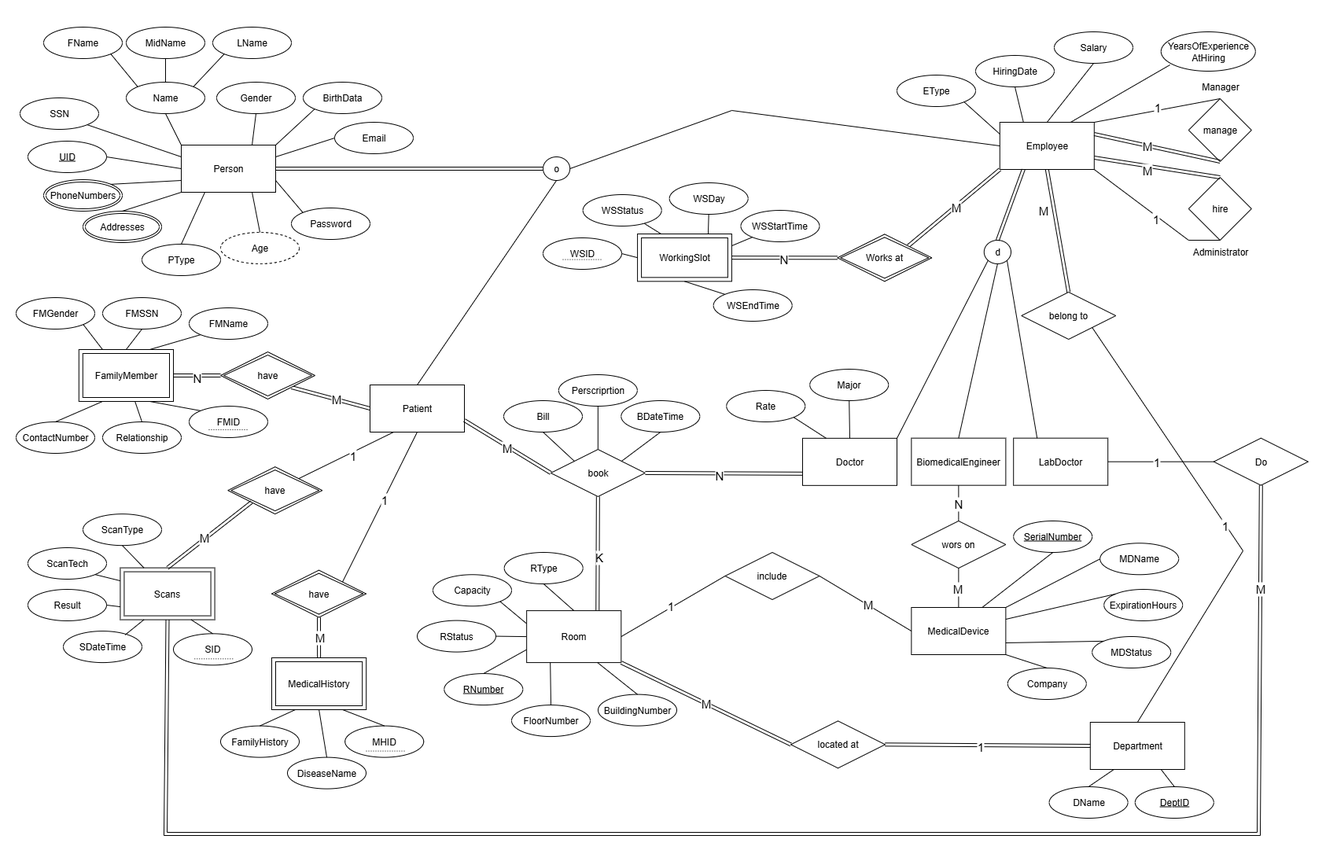
Above: deliverables/erd/CMS_ERD.png in MazenAtlam/clinical_management_system (draw.io), before the change. Source tidied: cells renumbered, new cells last; positions are measured from the earlier drawing's top-left corner, leaving out a move shared by most shapes.
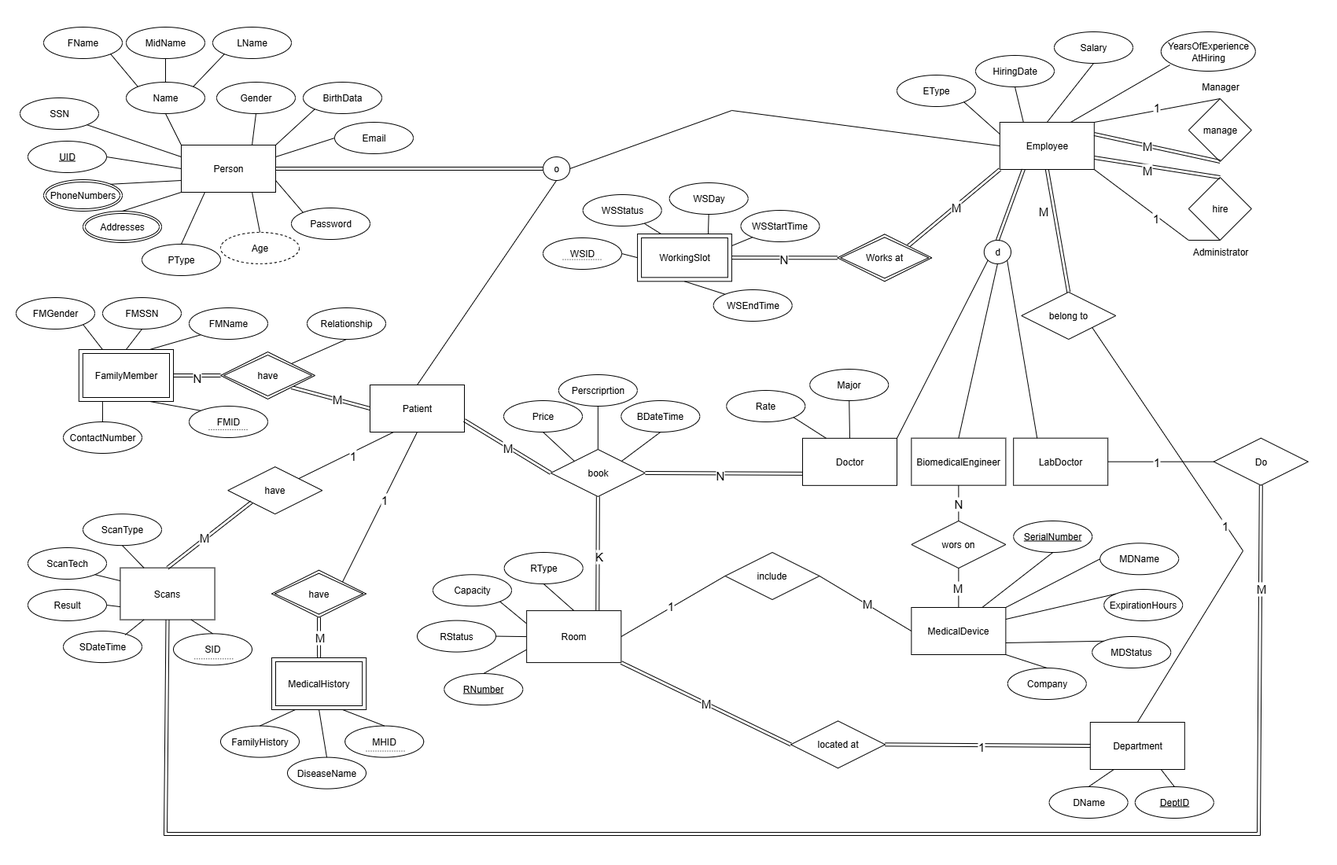
The same file after the commit.

Commit message:
Update ERD and Mapping

What changed in the source:
```diff
@@ -222,9 +222,9 @@
       <mxGeometry relative="1" as="geometry" />
     </mxCell>
     <mxCell id="69" value="Relationship" style="ellipse;whiteSpace=wrap;html=1;align=center;" parent="1" vertex="1">
-      <mxGeometry x="110" y="502" width="100" height="40" as="geometry" />
+      <mxGeometry x="370" y="357" width="100" height="40" as="geometry" />
     </mxCell>
-    <mxCell id="70" style="endArrow=none;html=1;rounded=0;exitX=0.5;exitY=0;exitDx=0;exitDy=0;" parent="1" edge="1" source="69" target="155">
+    <mxCell id="70" style="endArrow=none;html=1;rounded=0;exitX=0.5;exitY=1;exitDx=0;exitDy=0;entryX=1;entryY=0;entryDx=0;entryDy=0;" parent="1" edge="1" source="69" target="164">
       <mxGeometry relative="1" as="geometry" />
     </mxCell>
     <mxCell id="71" value="Gender" style="ellipse;whiteSpace=wrap;html=1;align=center;" parent="1" vertex="1">
@@ -276,7 +276,7 @@
       <mxGeometry relative="1" as="geometry" />
     </mxCell>
     <mxCell id="87" value="ContactNumber" style="ellipse;whiteSpace=wrap;html=1;align=center;" parent="1" vertex="1">
-      <mxGeometry y="502" width="100" height="40" as="geometry" />
+      <mxGeometry x="60" y="502" width="100" height="40" as="geometry" />
     </mxCell>
     <mxCell id="88" style="endArrow=none;html=1;rounded=0;exitX=0.25;exitY=1;exitDx=0;exitDy=0;entryX=0.5;entryY=0;entryDx=0;entryDy=0;" parent="1" edge="1" source="155" target="87">
       <mxGeometry relative="1" as="geometry" />
@@ -299,7 +299,7 @@
     <mxCell id="94" style="endArrow=none;html=1;rounded=0;entryX=0.5;entryY=1;entryDx=0;entryDy=0;exitX=0.5;exitY=0;exitDx=0;exitDy=0;" parent="1" edge="1" source="6" target="93">
       <mxGeometry relative="1" as="geometry" />
     </mxCell>
-    <mxCell id="95" value="Bill" style="ellipse;whiteSpace=wrap;html=1;align=center;" parent="1" vertex="1">
+    <mxCell id="95" value="Price" style="ellipse;whiteSpace=wrap;html=1;align=center;" parent="1" vertex="1">
       <mxGeometry x="620" y="475" width="100" height="40" as="geometry" />
     </mxCell>
     <mxCell id="96" value="BDateTime" style="ellipse;whiteSpace=wrap;html=1;align=center;" parent="1" vertex="1">
@@ -427,18 +427,6 @@
     <mxCell id="136" value="Room" style="whiteSpace=wrap;html=1;align=center;" parent="1" vertex="1">
       <mxGeometry x="649.2" y="742.1" width="120.2" height="66" as="geometry" />
     </mxCell>
-    <mxCell id="137" value="FloorNumber" style="ellipse;whiteSpace=wrap;html=1;align=center;" parent="1" vertex="1">
-      <mxGeometry x="630" y="862.1" width="100" height="40" as="geometry" />
-    </mxCell>
-    <mxCell id="138" value="BuildingNumber" style="ellipse;whiteSpace=wrap;html=1;align=center;" parent="1" vertex="1">
-      <mxGeometry x="740" y="848.6" width="100" height="40" as="geometry" />
-    </mxCell>
-    <mxCell id="139" style="endArrow=none;html=1;rounded=0;exitX=0.5;exitY=0;exitDx=0;exitDy=0;entryX=0.25;entryY=1;entryDx=0;entryDy=0;" parent="1" edge="1" source="137" target="136">
-      <mxGeometry relative="1" as="geometry" />
-    </mxCell>
-    <mxCell id="140" style="endArrow=none;html=1;rounded=0;exitX=0.5;exitY=0;exitDx=0;exitDy=0;entryX=0.75;entryY=1;entryDx=0;entryDy=0;" parent="1" edge="1" source="138" target="136">
-      <mxGeometry relative="1" as="geometry" />
-    </mxCell>
     <mxCell id="141" value="located at" style="shape=rhombus;perimeter=rhombusPerimeter;whiteSpace=wrap;html=1;align=center;" parent="1" vertex="1">
       <mxGeometry x="985" y="882.3" width="120" height="60" as="geometry" />
     </mxCell>
@@ -563,10 +551,10 @@
     <mxCell id="176" style="endArrow=none;html=1;rounded=0;exitX=0.5;exitY=0;exitDx=0;exitDy=0;entryX=0.5;entryY=1;entryDx=0;entryDy=0;" parent="1" edge="1" source="5" target="173">
       <mxGeometry relative="1" as="geometry" />
     </mxCell>
-    <mxCell id="177" value="Scans" style="shape=ext;margin=3;double=1;whiteSpace=wrap;html=1;align=center;" parent="1" vertex="1">
+    <mxCell id="177" value="Scans" style="shape=ext;margin=3;double=0;whiteSpace=wrap;html=1;align=center;" parent="1" vertex="1">
       <mxGeometry x="132.4" y="687.6" width="120.2" height="66" as="geometry" />
     </mxCell>
-    <mxCell id="178" value="have" style="shape=rhombus;double=1;perimeter=rhombusPerimeter;whiteSpace=wrap;html=1;align=center;" parent="1" vertex="1">
+    <mxCell id="178" value="have" style="shape=rhombus;double=0;perimeter=rhombusPerimeter;whiteSpace=wrap;html=1;align=center;" parent="1" vertex="1">
       <mxGeometry x="269.3" y="559.2" width="120" height="60" as="geometry" />
     </mxCell>
     <mxCell id="179" style="html=1;rounded=0;entryX=0.25;entryY=1;entryDx=0;entryDy=0;exitX=1;exitY=0;exitDx=0;exitDy=0;endArrow=none;startFill=0;" parent="1" edge="1" source="178" target="5">
```
